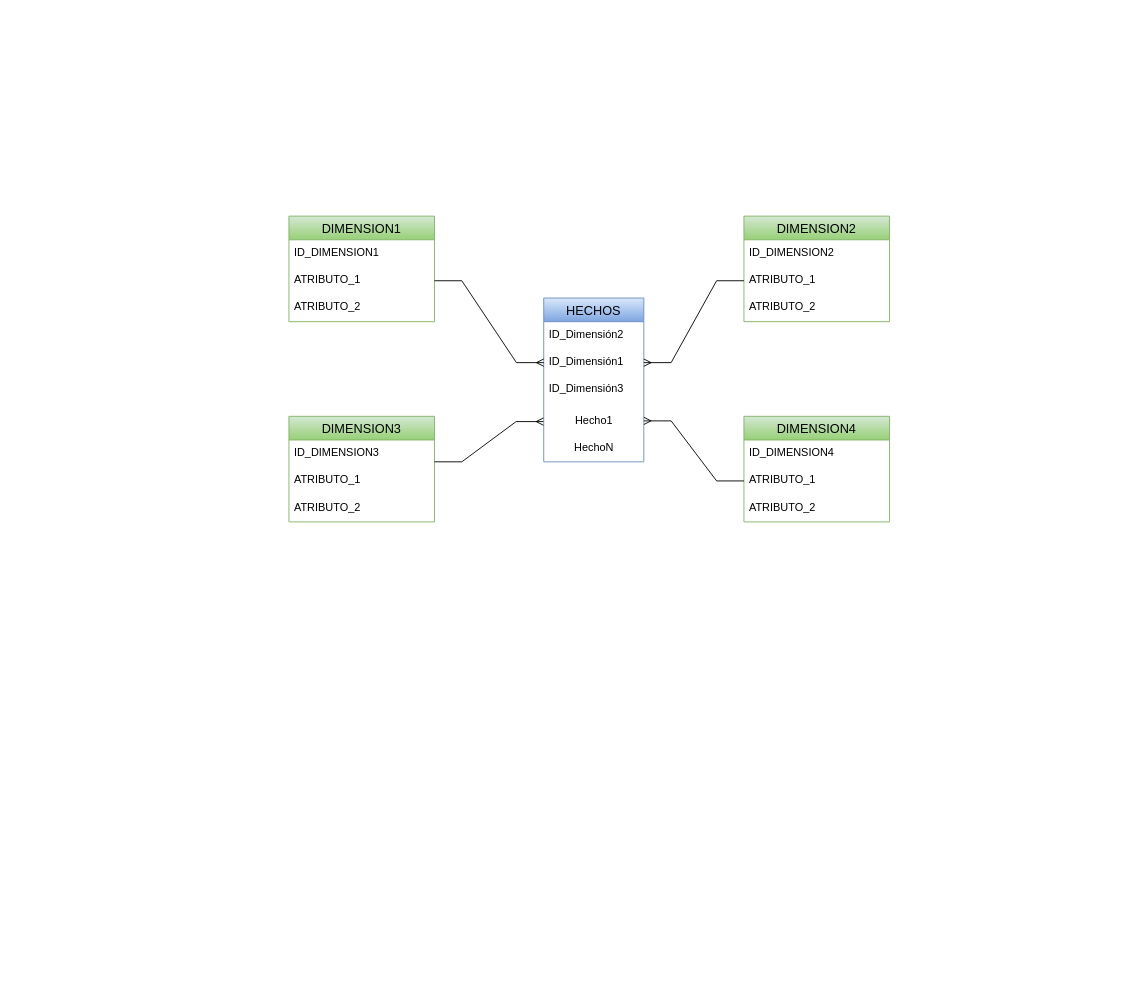
Earlier version of the draw.io diagram modelo dimensional.drawio (Baio-p/BD). Source tidied: cells renumbered, new cells numbered last; positions are measured from the earlier drawing's top-left corner, leaving out a move shared by most shapes. Both pictures are drawn from the tidied source at 91%, with x=0, y=0 at pixel (288, 216).
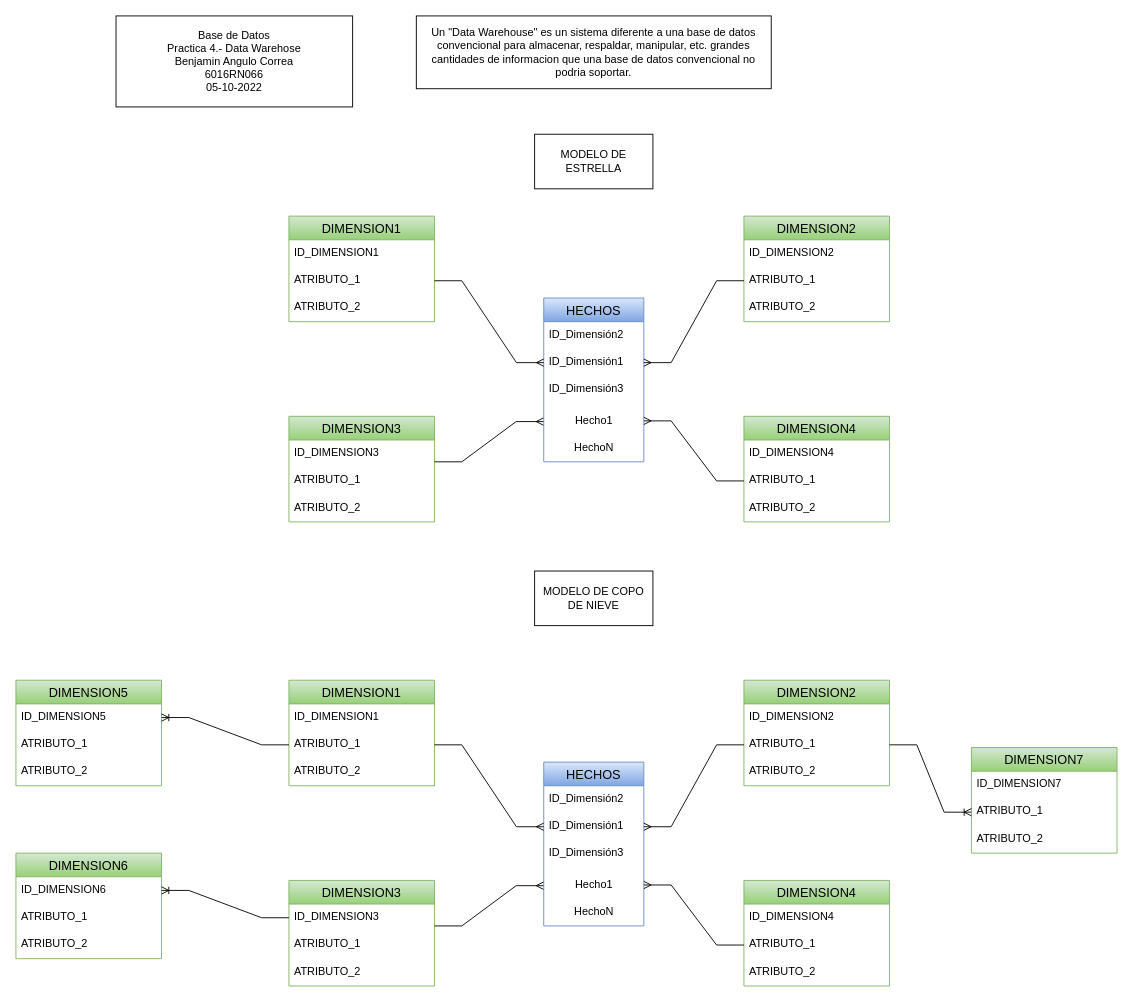
Above is the later version.

The edit, as a diff of the source:
```diff
@@
+    <mxCell id="28" value="Un &quot;Data Warehouse&quot; es un sistema diferente a una base de datos convencional para almacenar, respaldar, manipular, etc. grandes cantidades de informacion que una base de datos convencional no podria soportar." style="rounded=0;whiteSpace=wrap;html=1;" parent="1" vertex="1">
+      <mxGeometry x="140" y="-220" width="390" height="80" as="geometry" />
+    </mxCell>
+    <mxCell id="29" value="MODELO DE COPO DE NIEVE" style="rounded=0;whiteSpace=wrap;html=1;" parent="1" vertex="1">
+      <mxGeometry x="270" y="390" width="130" height="60" as="geometry" />
+    </mxCell>
+    <mxCell id="30" value="DIMENSION1" style="swimlane;fontStyle=0;horizontal=1;startSize=26;align=center;fontSize=14;fillColor=#d5e8d4;strokeColor=#82b366;gradientColor=#97d077;" parent="1" vertex="1">
+      <mxGeometry y="510" width="160" height="116" as="geometry" />
+    </mxCell>
+    <mxCell id="31" value="ID_DIMENSION1" style="text;strokeColor=none;fillColor=none;spacingLeft=4;spacingRight=4;overflow=hidden;fontSize=12;" parent="30" vertex="1">
+      <mxGeometry y="26" width="160" height="30" as="geometry" />
+    </mxCell>
+    <mxCell id="32" value="ATRIBUTO_1" style="text;strokeColor=none;fillColor=none;spacingLeft=4;spacingRight=4;overflow=hidden;points=[[0,0.5],[1,0.5]];portConstraint=eastwest;fontSize=12;" parent="30" vertex="1">
+      <mxGeometry y="56" width="160" height="30" as="geometry" />
+    </mxCell>
+    <mxCell id="33" value="ATRIBUTO_2" style="text;strokeColor=none;fillColor=none;spacingLeft=4;spacingRight=4;overflow=hidden;fontSize=12;" parent="30" vertex="1">
+      <mxGeometry y="86" width="160" height="30" as="geometry" />
+    </mxCell>
+    <mxCell id="34" value="DIMENSION2" style="swimlane;fontStyle=0;horizontal=1;startSize=26;align=center;fontSize=14;fillColor=#d5e8d4;strokeColor=#82b366;gradientColor=#97d077;" parent="1" vertex="1">
+      <mxGeometry x="500" y="510" width="160" height="116" as="geometry" />
+    </mxCell>
+    <mxCell id="35" value="ID_DIMENSION2" style="text;strokeColor=none;fillColor=none;spacingLeft=4;spacingRight=4;overflow=hidden;fontSize=12;" parent="34" vertex="1">
+      <mxGeometry y="26" width="160" height="30" as="geometry" />
+    </mxCell>
+    <mxCell id="36" value="ATRIBUTO_1" style="text;strokeColor=none;fillColor=none;spacingLeft=4;spacingRight=4;overflow=hidden;points=[[0,0.5],[1,0.5]];portConstraint=eastwest;fontSize=12;" parent="34" vertex="1">
+      <mxGeometry y="56" width="160" height="30" as="geometry" />
+    </mxCell>
+    <mxCell id="37" value="ATRIBUTO_2" style="text;strokeColor=none;fillColor=none;spacingLeft=4;spacingRight=4;overflow=hidden;fontSize=12;" parent="34" vertex="1">
+      <mxGeometry y="86" width="160" height="30" as="geometry" />
+    </mxCell>
+    <mxCell id="38" value="DIMENSION3" style="swimlane;fontStyle=0;horizontal=1;startSize=26;align=center;fontSize=14;fillColor=#d5e8d4;strokeColor=#82b366;gradientColor=#97d077;" parent="1" vertex="1">
+      <mxGeometry y="730" width="160" height="116" as="geometry" />
+    </mxCell>
+    <mxCell id="39" value="ID_DIMENSION3" style="text;strokeColor=none;fillColor=none;spacingLeft=4;spacingRight=4;overflow=hidden;points=[[0,0.5],[1,0.5]];portConstraint=eastwest;fontSize=12;" parent="38" vertex="1">
+      <mxGeometry y="26" width="160" height="30" as="geometry" />
+    </mxCell>
+    <mxCell id="40" value="ATRIBUTO_1" style="text;strokeColor=none;fillColor=none;spacingLeft=4;spacingRight=4;overflow=hidden;points=[[0,0.5],[1,0.5]];portConstraint=eastwest;fontSize=12;" parent="38" vertex="1">
+      <mxGeometry y="56" width="160" height="30" as="geometry" />
+    </mxCell>
+    <mxCell id="41" value="ATRIBUTO_2" style="text;strokeColor=none;fillColor=none;spacingLeft=4;spacingRight=4;overflow=hidden;fontSize=12;" parent="38" vertex="1">
+      <mxGeometry y="86" width="160" height="30" as="geometry" />
+    </mxCell>
+    <mxCell id="42" value="DIMENSION4" style="swimlane;fontStyle=0;horizontal=1;startSize=26;align=center;fontSize=14;fillColor=#d5e8d4;strokeColor=#82b366;gradientColor=#97d077;" parent="1" vertex="1">
+      <mxGeometry x="500" y="730" width="160" height="116" as="geometry" />
+    </mxCell>
+    <mxCell id="43" value="ID_DIMENSION4" style="text;strokeColor=none;fillColor=none;spacingLeft=4;spacingRight=4;overflow=hidden;fontSize=12;" parent="42" vertex="1">
+      <mxGeometry y="26" width="160" height="30" as="geometry" />
+    </mxCell>
+    <mxCell id="44" value="ATRIBUTO_1" style="text;strokeColor=none;fillColor=none;spacingLeft=4;spacingRight=4;overflow=hidden;points=[[0,0.5],[1,0.5]];portConstraint=eastwest;fontSize=12;" parent="42" vertex="1">
+      <mxGeometry y="56" width="160" height="30" as="geometry" />
+    </mxCell>
+    <mxCell id="45" value="ATRIBUTO_2" style="text;strokeColor=none;fillColor=none;spacingLeft=4;spacingRight=4;overflow=hidden;fontSize=12;" parent="42" vertex="1">
+      <mxGeometry y="86" width="160" height="30" as="geometry" />
+    </mxCell>
+    <mxCell id="46" value="HECHOS" style="swimlane;fontStyle=0;horizontal=1;startSize=26;align=center;fontSize=14;fillColor=#dae8fc;gradientColor=#7ea6e0;strokeColor=#6c8ebf;" parent="1" vertex="1">
+      <mxGeometry x="280" y="600" width="110" height="180" as="geometry" />
+    </mxCell>
+    <mxCell id="47" value="ID_Dimensión2" style="text;strokeColor=none;fillColor=none;spacingLeft=4;spacingRight=4;overflow=hidden;fontSize=12;" parent="46" vertex="1">
+      <mxGeometry y="26" width="110" height="30" as="geometry" />
+    </mxCell>
+    <mxCell id="48" value="ID_Dimensión1" style="text;strokeColor=none;fillColor=none;spacingLeft=4;spacingRight=4;overflow=hidden;points=[[0,0.5],[1,0.5]];portConstraint=eastwest;fontSize=12;" parent="46" vertex="1">
+      <mxGeometry y="56" width="110" height="30" as="geometry" />
+    </mxCell>
+    <mxCell id="49" value="ID_Dimensión3" style="text;strokeColor=none;fillColor=none;spacingLeft=4;spacingRight=4;overflow=hidden;fontSize=12;" parent="46" vertex="1">
+      <mxGeometry y="86" width="110" height="34" as="geometry" />
+    </mxCell>
+    <mxCell id="50" value="&lt;div style=&quot;text-align: left;&quot;&gt;&lt;span style=&quot;background-color: initial;&quot;&gt;Hecho1&lt;/span&gt;&lt;/div&gt;" style="text;html=1;align=center;verticalAlign=middle;points=[];strokeColor=none;fillColor=none;" parent="46" vertex="1">
+      <mxGeometry y="120" width="110" height="30" as="geometry" />
+    </mxCell>
+    <mxCell id="51" value="HechoN" style="text;html=1;align=center;verticalAlign=middle;strokeColor=none;fillColor=none;" parent="46" vertex="1">
+      <mxGeometry y="150" width="110" height="30" as="geometry" />
+    </mxCell>
+    <mxCell id="52" style="edgeStyle=entityRelationEdgeStyle;fontSize=12;html=1;endArrow=ERmany;rounded=0;entryX=1;entryY=0.5;entryDx=0;entryDy=0;" parent="1" edge="1" source="36" target="48">
+      <mxGeometry relative="1" as="geometry" />
+    </mxCell>
+    <mxCell id="53" style="edgeStyle=entityRelationEdgeStyle;fontSize=12;html=1;endArrow=ERmany;rounded=0;exitX=0;exitY=0.5;exitDx=0;exitDy=0;" parent="1" edge="1" source="44" target="50">
+      <mxGeometry relative="1" as="geometry" />
+    </mxCell>
+    <mxCell id="54" style="edgeStyle=entityRelationEdgeStyle;fontSize=12;html=1;endArrow=ERmany;rounded=0;exitX=1;exitY=0.5;exitDx=0;exitDy=0;entryX=0;entryY=0.5;entryDx=0;entryDy=0;" parent="1" edge="1" source="32" target="48">
+      <mxGeometry relative="1" as="geometry" />
+    </mxCell>
+    <mxCell id="55" style="edgeStyle=entityRelationEdgeStyle;fontSize=12;html=1;endArrow=ERmany;rounded=0;exitX=1;exitY=-0.2;exitDx=0;exitDy=0;exitPerimeter=0;entryX=-0.003;entryY=0.526;entryDx=0;entryDy=0;entryPerimeter=0;" parent="1" edge="1" source="40" target="50">
+      <mxGeometry relative="1" as="geometry" />
+    </mxCell>
+    <mxCell id="56" value="DIMENSION5" style="swimlane;fontStyle=0;horizontal=1;startSize=26;align=center;fontSize=14;fillColor=#d5e8d4;strokeColor=#82b366;gradientColor=#97d077;" parent="1" vertex="1">
+      <mxGeometry x="-300" y="510" width="160" height="116" as="geometry" />
+    </mxCell>
+    <mxCell id="57" value="ID_DIMENSION5" style="text;strokeColor=none;fillColor=none;spacingLeft=4;spacingRight=4;overflow=hidden;points=[[0,0.5],[1,0.5]];portConstraint=eastwest;fontSize=12;" parent="56" vertex="1">
+      <mxGeometry y="26" width="160" height="30" as="geometry" />
+    </mxCell>
+    <mxCell id="58" value="ATRIBUTO_1" style="text;strokeColor=none;fillColor=none;spacingLeft=4;spacingRight=4;overflow=hidden;fontSize=12;" parent="56" vertex="1">
+      <mxGeometry y="56" width="160" height="30" as="geometry" />
+    </mxCell>
+    <mxCell id="59" value="ATRIBUTO_2" style="text;strokeColor=none;fillColor=none;spacingLeft=4;spacingRight=4;overflow=hidden;fontSize=12;" parent="56" vertex="1">
+      <mxGeometry y="86" width="160" height="30" as="geometry" />
+    </mxCell>
+    <mxCell id="60" value="DIMENSION6" style="swimlane;fontStyle=0;horizontal=1;startSize=26;align=center;fontSize=14;fillColor=#d5e8d4;strokeColor=#82b366;gradientColor=#97d077;" parent="1" vertex="1">
+      <mxGeometry x="-300" y="700" width="160" height="116" as="geometry" />
+    </mxCell>
+    <mxCell id="61" value="ID_DIMENSION6" style="text;strokeColor=none;fillColor=none;spacingLeft=4;spacingRight=4;overflow=hidden;points=[[0,0.5],[1,0.5]];portConstraint=eastwest;fontSize=12;" parent="60" vertex="1">
+      <mxGeometry y="26" width="160" height="30" as="geometry" />
+    </mxCell>
+    <mxCell id="62" value="ATRIBUTO_1" style="text;strokeColor=none;fillColor=none;spacingLeft=4;spacingRight=4;overflow=hidden;fontSize=12;" parent="60" vertex="1">
+      <mxGeometry y="56" width="160" height="30" as="geometry" />
+    </mxCell>
+    <mxCell id="63" value="ATRIBUTO_2" style="text;strokeColor=none;fillColor=none;spacingLeft=4;spacingRight=4;overflow=hidden;fontSize=12;" parent="60" vertex="1">
+      <mxGeometry y="86" width="160" height="30" as="geometry" />
+    </mxCell>
+    <mxCell id="64" style="edgeStyle=entityRelationEdgeStyle;fontSize=12;html=1;endArrow=ERoneToMany;rounded=0;exitX=0;exitY=0.5;exitDx=0;exitDy=0;entryX=1;entryY=0.5;entryDx=0;entryDy=0;" parent="1" edge="1" source="32" target="57">
+      <mxGeometry relative="1" as="geometry" />
+    </mxCell>
+    <mxCell id="65" style="edgeStyle=entityRelationEdgeStyle;fontSize=12;html=1;endArrow=ERoneToMany;rounded=0;exitX=0;exitY=0.5;exitDx=0;exitDy=0;entryX=1;entryY=0.5;entryDx=0;entryDy=0;" parent="1" edge="1" source="39" target="61">
+      <mxGeometry relative="1" as="geometry" />
+    </mxCell>
+    <mxCell id="66" value="DIMENSION7" style="swimlane;fontStyle=0;horizontal=1;startSize=26;align=center;fontSize=14;fillColor=#d5e8d4;strokeColor=#82b366;gradientColor=#97d077;" parent="1" vertex="1">
+      <mxGeometry x="750" y="584" width="160" height="116" as="geometry" />
+    </mxCell>
+    <mxCell id="67" value="ID_DIMENSION7" style="text;strokeColor=none;fillColor=none;spacingLeft=4;spacingRight=4;overflow=hidden;fontSize=12;" parent="66" vertex="1">
+      <mxGeometry y="26" width="160" height="30" as="geometry" />
+    </mxCell>
+    <mxCell id="68" value="ATRIBUTO_1" style="text;strokeColor=none;fillColor=none;spacingLeft=4;spacingRight=4;overflow=hidden;points=[[0,0.5],[1,0.5]];portConstraint=eastwest;fontSize=12;" parent="66" vertex="1">
+      <mxGeometry y="56" width="160" height="30" as="geometry" />
+    </mxCell>
+    <mxCell id="69" value="ATRIBUTO_2" style="text;strokeColor=none;fillColor=none;spacingLeft=4;spacingRight=4;overflow=hidden;fontSize=12;" parent="66" vertex="1">
+      <mxGeometry y="86" width="160" height="30" as="geometry" />
+    </mxCell>
+    <mxCell id="70" style="edgeStyle=entityRelationEdgeStyle;fontSize=12;html=1;endArrow=ERoneToMany;rounded=0;exitX=1;exitY=0.5;exitDx=0;exitDy=0;entryX=0;entryY=0.5;entryDx=0;entryDy=0;" parent="1" edge="1" source="36" target="68">
+      <mxGeometry relative="1" as="geometry" />
+    </mxCell>
+    <mxCell id="71" value="MODELO DE ESTRELLA" style="rounded=0;whiteSpace=wrap;html=1;" parent="1" vertex="1">
+      <mxGeometry x="270" y="-90" width="130" height="60" as="geometry" />
+    </mxCell>
+    <mxCell id="72" value="Base de Datos&lt;br&gt;Practica 4.- Data Warehose&lt;br&gt;Benjamin Angulo Correa&lt;br&gt;6016RN066&lt;br&gt;05-10-2022&lt;br&gt;" style="rounded=0;whiteSpace=wrap;html=1;" parent="1" vertex="1">
+      <mxGeometry x="-190" y="-220" width="260" height="100" as="geometry" />
+    </mxCell>
```
